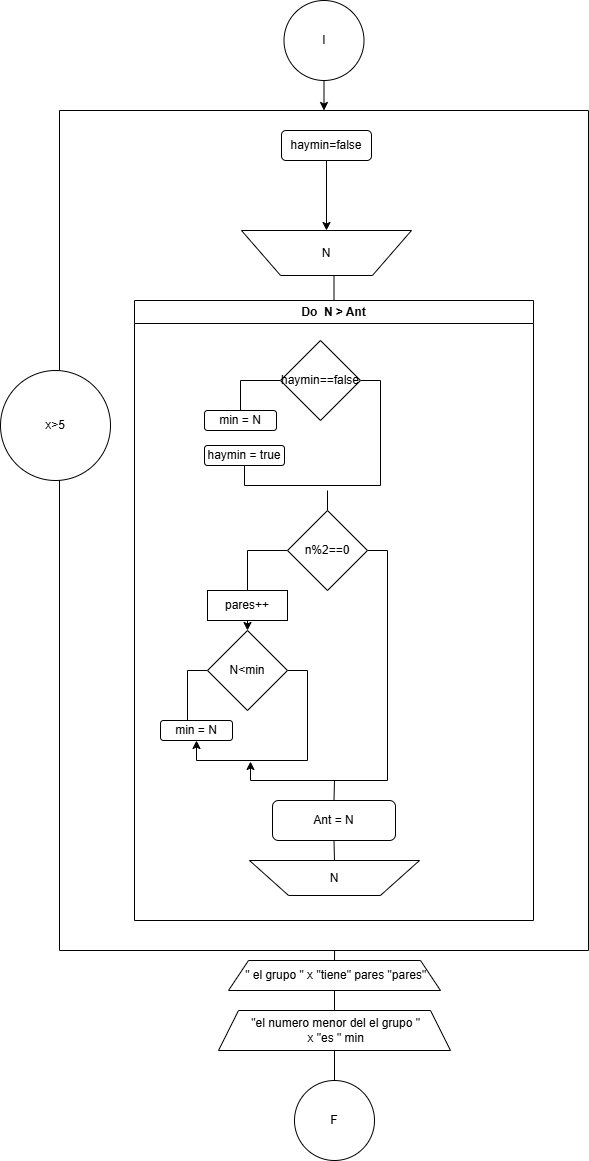
Ignaciokt/ejercios-prog-2026 keeps this draw.io diagram as e6U4.drawio.png. Above is the earlier version. Source tidied: cells renumbered, new cells last; positions are measured from the earlier drawing's top-left corner, leaving out a move shared by most shapes.
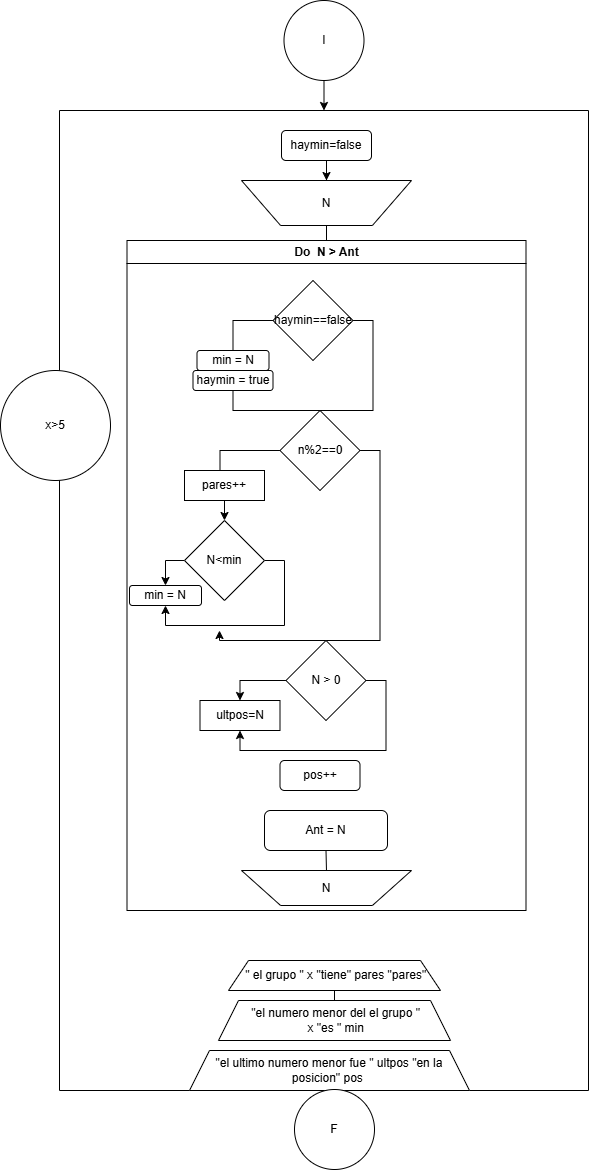
After the change.

The edit, as a diff of the source:
```diff
@@ -3,51 +3,50 @@
     <mxCell id="0" />
     <mxCell id="1" parent="0" />
     <mxCell id="2" style="swimlane;startSize=0;" parent="1" vertex="1">
-      <mxGeometry x="59" y="110" width="529" height="840" as="geometry" />
+      <mxGeometry x="59" y="110" width="529" height="980" as="geometry" />
     </mxCell>
     <mxCell id="3" value="Do&amp;nbsp; N &amp;gt; Ant" style="swimlane;whiteSpace=wrap;html=1;" parent="2" vertex="1">
-      <mxGeometry x="75" y="190" width="399" height="620" as="geometry" />
+      <mxGeometry x="67.5" y="130" width="399" height="670" as="geometry" />
     </mxCell>
     <mxCell id="4" style="edgeStyle=orthogonalEdgeStyle;rounded=0;jettySize=auto;html=1;exitX=0.5;exitY=1;exitDx=0;exitDy=0;entryX=0.5;entryY=1;entryDx=0;entryDy=0;endArrow=none;endFill=0;" parent="3" edge="1" source="5" target="7">
       <mxGeometry relative="1" as="geometry" />
     </mxCell>
     <mxCell id="5" value="N" style="verticalLabelPosition=middle;verticalAlign=middle;html=1;shape=trapezoid;perimeter=trapezoidPerimeter;whiteSpace=wrap;size=0.23;arcSize=10;flipV=1;labelPosition=center;align=center;legacyAnchorPoints=0;" parent="3" vertex="1">
-      <mxGeometry x="115" y="560" width="170" height="35" as="geometry" />
+      <mxGeometry x="114.5" y="630" width="170" height="35" as="geometry" />
     </mxCell>
-    <mxCell id="6" style="edgeStyle=orthogonalEdgeStyle;rounded=0;jettySize=auto;html=1;exitX=0.5;exitY=0;exitDx=0;exitDy=0;endArrow=none;endFill=0;" parent="3" edge="1" source="7">
-      <mxGeometry relative="1" as="geometry">
-        <mxPoint x="200" y="480" as="targetPoint" />
-      </mxGeometry>
-    </mxCell>
     <mxCell id="7" value="Ant = N" style="rounded=1;whiteSpace=wrap;html=1;" parent="3" vertex="1">
-      <mxGeometry x="138" y="500" width="123" height="40" as="geometry" />
+      <mxGeometry x="137.5" y="570" width="123" height="40" as="geometry" />
     </mxCell>
     <mxCell id="8" style="edgeStyle=orthogonalEdgeStyle;rounded=0;jettySize=auto;html=1;exitX=0;exitY=0.5;exitDx=0;exitDy=0;endArrow=none;endFill=0;" parent="3" edge="1" source="11" target="13">
-      <mxGeometry relative="1" as="geometry" />
+      <mxGeometry relative="1" as="geometry">
+        <Array as="points">
+          <mxPoint x="93" y="210" />
+        </Array>
+      </mxGeometry>
     </mxCell>
-    <mxCell id="9" style="edgeStyle=orthogonalEdgeStyle;rounded=0;jettySize=auto;html=1;exitX=1;exitY=0.5;exitDx=0;exitDy=0;" parent="3" edge="1" source="11">
-      <mxGeometry relative="1" as="geometry">
-        <mxPoint x="116" y="461" as="targetPoint" />
-        <Array as="points">
-          <mxPoint x="253" y="250" />
-          <mxPoint x="253" y="480" />
-          <mxPoint x="116" y="480" />
-        </Array>
-      </mxGeometry>
-    </mxCell>
     <mxCell id="10" style="edgeStyle=orthogonalEdgeStyle;rounded=0;jettySize=auto;html=1;exitX=0.5;exitY=0;exitDx=0;exitDy=0;endArrow=none;endFill=0;" parent="3" edge="1" source="11">
       <mxGeometry relative="1" as="geometry">
         <mxPoint x="193" y="190" as="targetPoint" />
       </mxGeometry>
     </mxCell>
+    <mxCell id="36" style="edgeStyle=orthogonalEdgeStyle;rounded=0;jettySize=auto;html=1;exitX=1;exitY=0.5;exitDx=0;exitDy=0;" parent="3" edge="1" source="11">
+      <mxGeometry relative="1" as="geometry">
+        <mxPoint x="92.5" y="390" as="targetPoint" />
+        <Array as="points">
+          <mxPoint x="253" y="210" />
+          <mxPoint x="253" y="400" />
+          <mxPoint x="93" y="400" />
+        </Array>
+      </mxGeometry>
+    </mxCell>
     <mxCell id="11" value="n%2==0" style="rhombus;whiteSpace=wrap;html=1;" parent="3" vertex="1">
-      <mxGeometry x="153" y="210" width="80" height="80" as="geometry" />
+      <mxGeometry x="153" y="170" width="80" height="80" as="geometry" />
     </mxCell>
     <mxCell id="12" style="edgeStyle=orthogonalEdgeStyle;rounded=0;jettySize=auto;html=1;exitX=0.5;exitY=1;exitDx=0;exitDy=0;entryX=0.5;entryY=0;entryDx=0;entryDy=0;" parent="3" edge="1" source="13" target="21">
       <mxGeometry relative="1" as="geometry" />
     </mxCell>
     <mxCell id="13" value="pares++" style="rounded=0;whiteSpace=wrap;html=1;" parent="3" vertex="1">
-      <mxGeometry x="73" y="290" width="80" height="30" as="geometry" />
+      <mxGeometry x="57.5" y="230" width="80" height="30" as="geometry" />
     </mxCell>
     <mxCell id="14" style="edgeStyle=orthogonalEdgeStyle;rounded=0;jettySize=auto;html=1;exitX=0;exitY=0.5;exitDx=0;exitDy=0;entryX=0.5;entryY=0;entryDx=0;entryDy=0;endArrow=none;endFill=0;" parent="3" edge="1" source="16" target="17">
       <mxGeometry relative="1" as="geometry" />
@@ -62,7 +61,7 @@
       <mxGeometry x="70" y="110" width="72" height="20" as="geometry" />
     </mxCell>
     <mxCell id="18" value="haymin = true" style="rounded=1;whiteSpace=wrap;html=1;" parent="3" vertex="1">
-      <mxGeometry x="70" y="145" width="80" height="20" as="geometry" />
+      <mxGeometry x="66" y="130" width="80" height="20" as="geometry" />
     </mxCell>
     <mxCell id="19" style="edgeStyle=orthogonalEdgeStyle;rounded=0;jettySize=auto;html=1;exitX=0;exitY=0.5;exitDx=0;exitDy=0;entryX=0.5;entryY=0;entryDx=0;entryDy=0;" parent="3" edge="1" source="21" target="22">
       <mxGeometry relative="1" as="geometry" />
@@ -71,16 +70,31 @@
       <mxGeometry relative="1" as="geometry" />
     </mxCell>
     <mxCell id="21" value="N&amp;lt;min" style="rhombus;whiteSpace=wrap;html=1;" parent="3" vertex="1">
-      <mxGeometry x="73" y="330" width="80" height="80" as="geometry" />
+      <mxGeometry x="57.5" y="280" width="80" height="80" as="geometry" />
     </mxCell>
     <mxCell id="22" value="min = N" style="rounded=1;whiteSpace=wrap;html=1;" parent="3" vertex="1">
-      <mxGeometry x="26" y="420" width="72" height="20" as="geometry" />
+      <mxGeometry x="2.5" y="345" width="72" height="20" as="geometry" />
     </mxCell>
+    <mxCell id="37" style="edgeStyle=orthogonalEdgeStyle;rounded=0;jettySize=auto;html=1;exitX=0;exitY=0.5;exitDx=0;exitDy=0;entryX=0.5;entryY=0;entryDx=0;entryDy=0;" parent="3" edge="1" source="39" target="41">
+      <mxGeometry relative="1" as="geometry" />
+    </mxCell>
+    <mxCell id="38" style="edgeStyle=orthogonalEdgeStyle;rounded=0;jettySize=auto;html=1;exitX=1;exitY=0.5;exitDx=0;exitDy=0;entryX=0.5;entryY=1;entryDx=0;entryDy=0;" parent="3" edge="1" source="39" target="41">
+      <mxGeometry relative="1" as="geometry" />
+    </mxCell>
+    <mxCell id="39" value="N &amp;gt; 0" style="rhombus;whiteSpace=wrap;html=1;" parent="3" vertex="1">
+      <mxGeometry x="159" y="400" width="80" height="80" as="geometry" />
+    </mxCell>
+    <mxCell id="40" value="pos++" style="rounded=1;whiteSpace=wrap;html=1;" parent="3" vertex="1">
+      <mxGeometry x="153" y="520" width="80" height="30" as="geometry" />
+    </mxCell>
+    <mxCell id="41" value="ultpos=N" style="rounded=0;whiteSpace=wrap;html=1;" parent="3" vertex="1">
+      <mxGeometry x="73" y="460" width="80" height="30" as="geometry" />
+    </mxCell>
     <mxCell id="23" style="edgeStyle=orthogonalEdgeStyle;rounded=0;jettySize=auto;html=1;exitX=0.5;exitY=0;exitDx=0;exitDy=0;entryX=0.5;entryY=0;entryDx=0;entryDy=0;endArrow=none;endFill=0;" parent="2" edge="1" source="24" target="3">
       <mxGeometry relative="1" as="geometry" />
     </mxCell>
     <mxCell id="24" value="N" style="verticalLabelPosition=middle;verticalAlign=middle;html=1;shape=trapezoid;perimeter=trapezoidPerimeter;whiteSpace=wrap;size=0.23;arcSize=10;flipV=1;labelPosition=center;align=center;legacyAnchorPoints=0;" parent="2" vertex="1">
-      <mxGeometry x="182" y="120" width="170" height="45" as="geometry" />
+      <mxGeometry x="182" y="70" width="170" height="45" as="geometry" />
     </mxCell>
     <mxCell id="25" value="x&amp;gt;5" style="ellipse;whiteSpace=wrap;html=1;" parent="2" vertex="1">
       <mxGeometry x="-59" y="260" width="110" height="110" as="geometry" />
@@ -91,6 +105,9 @@
     <mxCell id="27" value="haymin=false" style="rounded=1;whiteSpace=wrap;html=1;" parent="2" vertex="1">
       <mxGeometry x="222" y="20" width="90" height="30" as="geometry" />
     </mxCell>
+    <mxCell id="42" value="&quot;el ultimo numero menor fue &quot; ultpos &quot;en la posicion&quot; pos&amp;nbsp;" style="shape=trapezoid;perimeter=trapezoidPerimeter;whiteSpace=wrap;html=1;fixedSize=1;" parent="2" vertex="1">
+      <mxGeometry x="130" y="940" width="280" height="40" as="geometry" />
+    </mxCell>
     <mxCell id="28" value="&amp;nbsp;&quot; el grupo &quot; x &quot;tiene&quot; pares &quot;pares&quot;" style="shape=trapezoid;perimeter=trapezoidPerimeter;whiteSpace=wrap;html=1;fixedSize=1;" parent="1" vertex="1">
       <mxGeometry x="228" y="960" width="212" height="30" as="geometry" />
     </mxCell>
@@ -98,7 +115,7 @@
       <mxGeometry relative="1" as="geometry" />
     </mxCell>
     <mxCell id="30" value="&amp;nbsp;&quot;el numero menor del el grupo &quot;&lt;div&gt;&amp;nbsp;x &quot;es &quot; min&lt;/div&gt;" style="shape=trapezoid;perimeter=trapezoidPerimeter;whiteSpace=wrap;html=1;fixedSize=1;" parent="1" vertex="1">
-      <mxGeometry x="218" y="1010" width="232" height="40" as="geometry" />
+      <mxGeometry x="218" y="1000" width="232" height="40" as="geometry" />
     </mxCell>
     <mxCell id="31" style="edgeStyle=orthogonalEdgeStyle;rounded=0;jettySize=auto;html=1;exitX=0.5;exitY=1;exitDx=0;exitDy=0;entryX=0.5;entryY=0;entryDx=0;entryDy=0;" parent="1" edge="1" source="32" target="2">
       <mxGeometry relative="1" as="geometry" />
@@ -106,14 +123,8 @@
     <mxCell id="32" value="I" style="ellipse;whiteSpace=wrap;html=1;" parent="1" vertex="1">
       <mxGeometry x="283.5" width="80" height="80" as="geometry" />
     </mxCell>
-    <mxCell id="33" style="edgeStyle=orthogonalEdgeStyle;rounded=0;jettySize=auto;html=1;exitX=0.5;exitY=0;exitDx=0;exitDy=0;entryX=0.5;entryY=1;entryDx=0;entryDy=0;endArrow=none;endFill=0;" parent="1" edge="1" source="34" target="30">
-      <mxGeometry relative="1" as="geometry" />
-    </mxCell>
     <mxCell id="34" value="F" style="ellipse;whiteSpace=wrap;html=1;" parent="1" vertex="1">
-      <mxGeometry x="294" y="1080" width="80" height="80" as="geometry" />
+      <mxGeometry x="294" y="1089" width="80" height="80" as="geometry" />
     </mxCell>
-    <mxCell id="35" style="edgeStyle=orthogonalEdgeStyle;rounded=0;jettySize=auto;html=1;exitX=0.5;exitY=0;exitDx=0;exitDy=0;entryX=0.52;entryY=1;entryDx=0;entryDy=0;entryPerimeter=0;endArrow=none;endFill=0;" parent="1" edge="1" source="28" target="2">
-      <mxGeometry relative="1" as="geometry" />
-    </mxCell>
   </root>
 </mxGraphModel>
```
